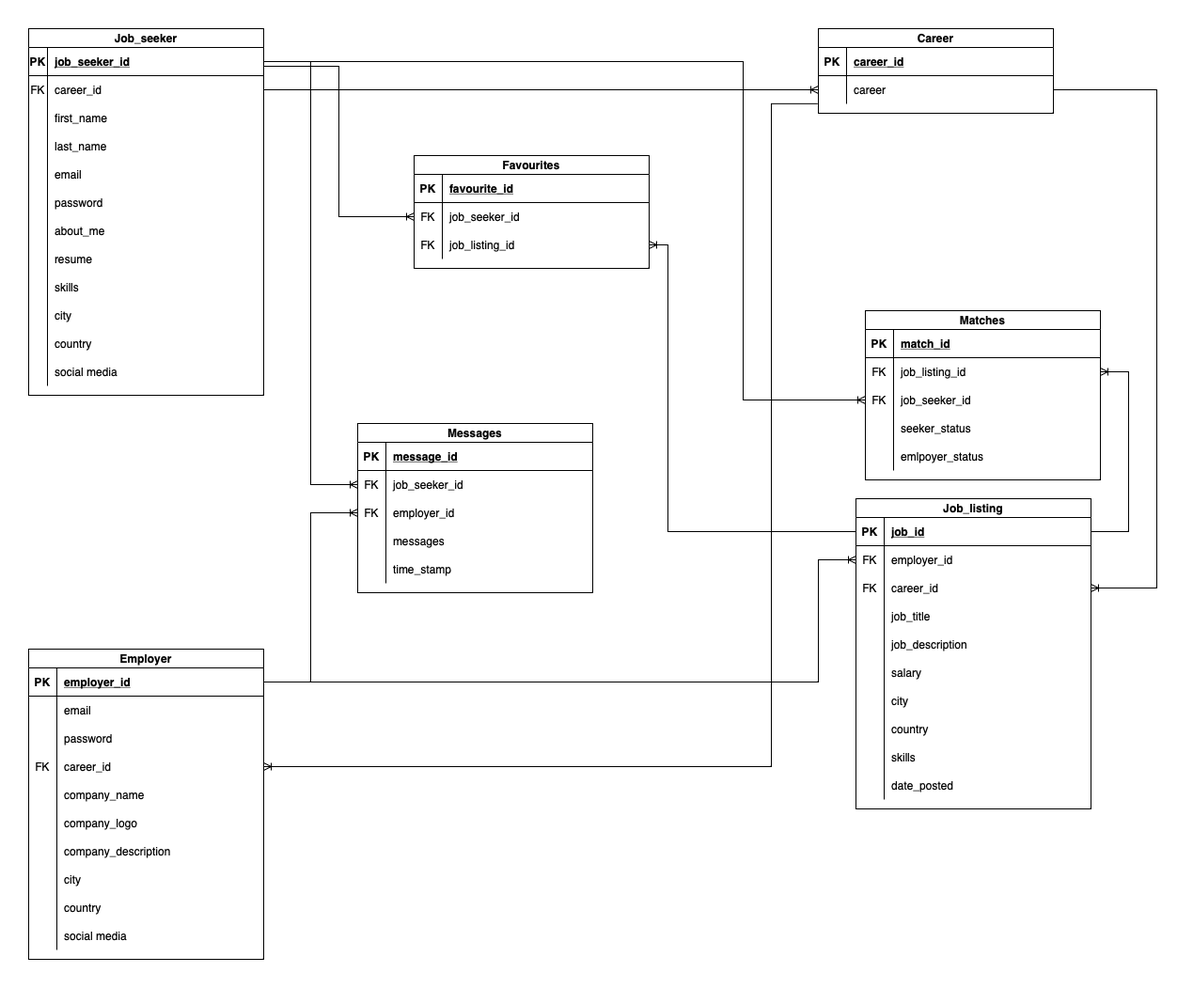
Earlier version of the draw.io export planning/ERD.png (Ruheee/Talento). Source tidied: cells renumbered, new cells last; positions are measured from the earlier drawing's top-left corner, leaving out a move shared by most shapes.
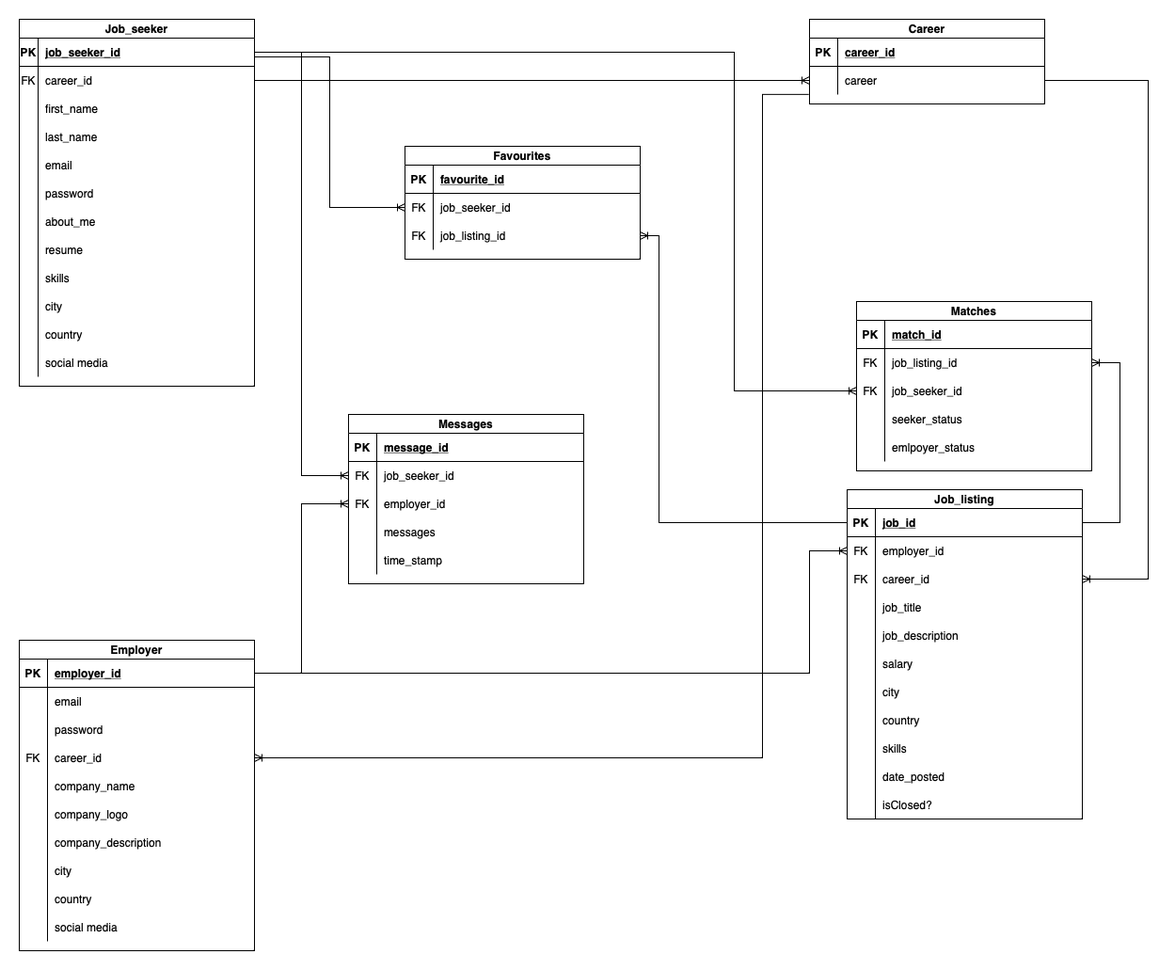
Later version of the same file.

Commit message:
update ERD to include isClosed? on job_listing table

Change to the diagram source:
```diff
@@ -255,7 +255,7 @@
       <mxGeometry x="30" width="220" height="30" as="geometry" />
     </mxCell>
     <mxCell id="86" value="Job_listing" style="shape=table;startSize=20;rowLines=0;fontStyle=1;align=center;" parent="1" vertex="1">
-      <mxGeometry x="880" y="500" width="250" height="330" as="geometry" />
+      <mxGeometry x="880" y="500" width="250" height="350" as="geometry" />
     </mxCell>
     <mxCell id="87" style="shape=partialRectangle;fillColor=none;points=[[0,0.5],[1,0.5]];portConstraint=eastwest;top=0;left=0;right=0;bottom=1;" parent="86" vertex="1">
       <mxGeometry y="20" width="250" height="30" as="geometry" />
@@ -347,6 +347,15 @@
     <mxCell id="116" value="date_posted" style="shape=partialRectangle;overflow=hidden;fillColor=none;top=0;left=0;bottom=0;right=0;align=left;spacingLeft=6;" parent="114" vertex="1">
       <mxGeometry x="30" width="220" height="30" as="geometry" />
     </mxCell>
+    <mxCell id="160" style="shape=tableRow;horizontal=0;startSize=0;swimlaneHead=0;swimlaneBody=0;fillColor=none;top=0;left=0;right=0;bottom=0;" parent="86" vertex="1">
+      <mxGeometry y="320" width="250" height="30" as="geometry" />
+    </mxCell>
+    <mxCell id="161" style="shape=partialRectangle;fillColor=none;top=0;left=0;bottom=0;right=0;overflow=hidden;" parent="160" vertex="1">
+      <mxGeometry width="30" height="30" as="geometry" />
+    </mxCell>
+    <mxCell id="162" value="isClosed?" style="shape=partialRectangle;fillColor=none;top=0;left=0;bottom=0;right=0;align=left;spacingLeft=6;overflow=hidden;" parent="160" vertex="1">
+      <mxGeometry x="30" width="220" height="30" as="geometry" />
+    </mxCell>
     <mxCell id="117" value="Career" style="shape=table;startSize=20;rowLines=0;fontStyle=1;align=center;" parent="1" vertex="1">
       <mxGeometry x="840" width="250" height="90" as="geometry" />
     </mxCell>
```
